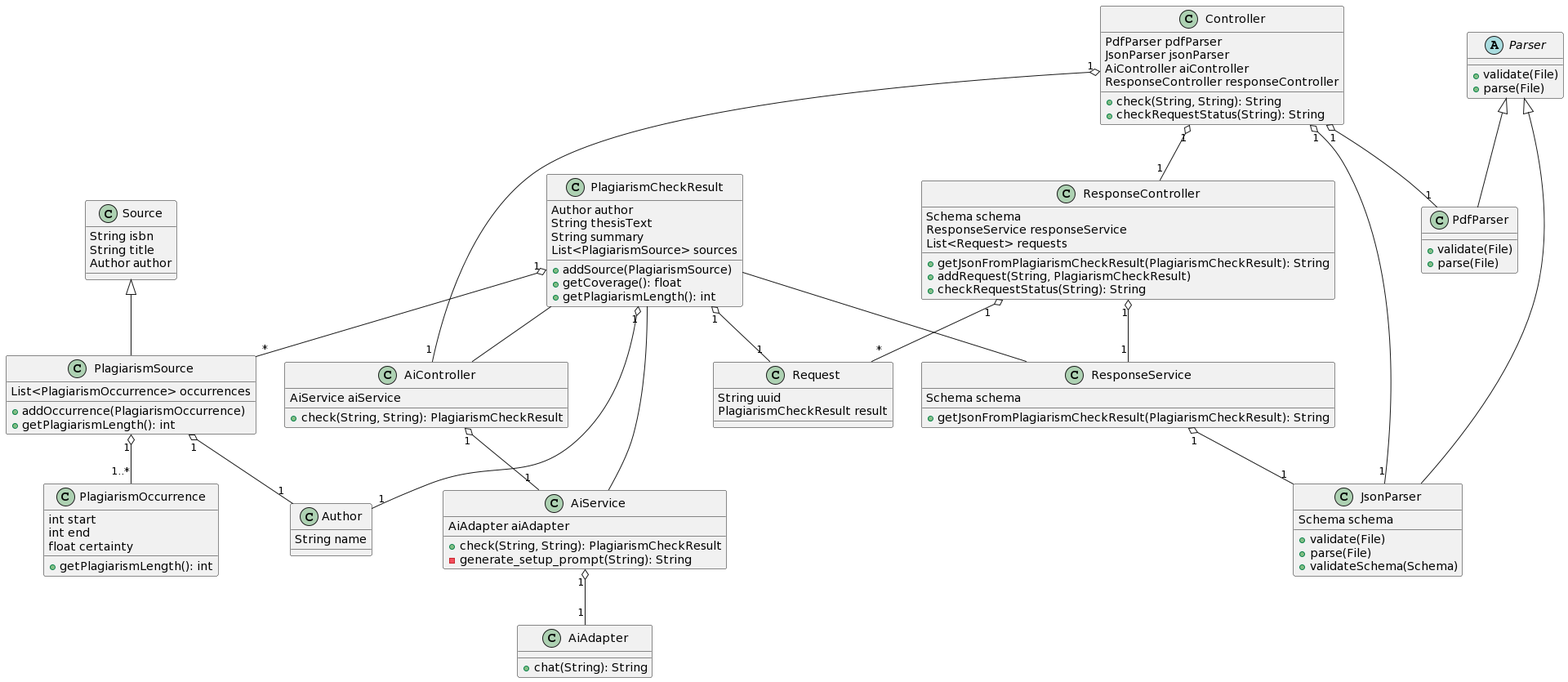
This is images/diagrams/Klassendiagramm_HTTP_202.png from DHBW-FN/ti21-sweng2, a PlantUML export, as it was before one commit. The source it was exported from:
```plantuml
@startuml
class PlagiarismCheckResult {
    Author author
    String thesisText
    String summary
    List<PlagiarismSource> sources
    +addSource(PlagiarismSource)
    +getCoverage(): float
    +getPlagiarismLength(): int
}

class PlagiarismSource extends Source {
    List<PlagiarismOccurrence> occurrences
    +addOccurrence(PlagiarismOccurrence)
    +getPlagiarismLength(): int
}

class PlagiarismOccurrence {
    int start
    int end
    float certainty
    +getPlagiarismLength(): int
}

class Author {
    String name
}

class Source {
    String isbn
    String title
    Author author
}

abstract class Parser {
    +validate(File)
    +parse(File)
}

class PdfParser extends Parser {
    +validate(File)
    +parse(File)
}

class JsonParser extends Parser {
    Schema schema
    +validate(File)
    +parse(File)
    +validateSchema(Schema)
}

class Controller {
    PdfParser pdfParser
    JsonParser jsonParser
    AiController aiController
    ResponseController responseController
    +check(String, String): String
    +checkRequestStatus(String): String
}

class AiController {
    AiService aiService
    +check(String, String): PlagiarismCheckResult
}

class AiService {
    AiAdapter aiAdapter
    +check(String, String): PlagiarismCheckResult
    -generate_setup_prompt(String): String
}

class AiAdapter {
    +chat(String): String
}

class ResponseController {
    Schema schema
    ResponseService responseService
    List<Request> requests
    +getJsonFromPlagiarismCheckResult(PlagiarismCheckResult): String
    +addRequest(String, PlagiarismCheckResult)
    +checkRequestStatus(String): String
}

class ResponseService {
    Schema schema
    +getJsonFromPlagiarismCheckResult(PlagiarismCheckResult): String
}

class Request {
    String uuid
    PlagiarismCheckResult result
}

Controller "1" o-- "1" PdfParser
Controller "1" o-- "1" JsonParser
Controller "1" o-- "1" AiController
AiController "1" o-- "1" AiService
AiService "1" o-- "1" AiAdapter
Controller "1" o-- "1" ResponseController
ResponseController "1" o-- "1" ResponseService
ResponseController "1" o-- "*" Request
ResponseService "1" o-- "1" JsonParser

PlagiarismCheckResult -- AiController
PlagiarismCheckResult -- AiService
PlagiarismCheckResult -- ResponseService

PlagiarismCheckResult "1" o-- "*" PlagiarismSource
PlagiarismCheckResult "1" o-- "1" Author
PlagiarismSource "1" o-- "1..*" PlagiarismOccurrence
PlagiarismSource "1" o-- "1" Author
PlagiarismCheckResult "1" o-- "1" Request
@enduml
```
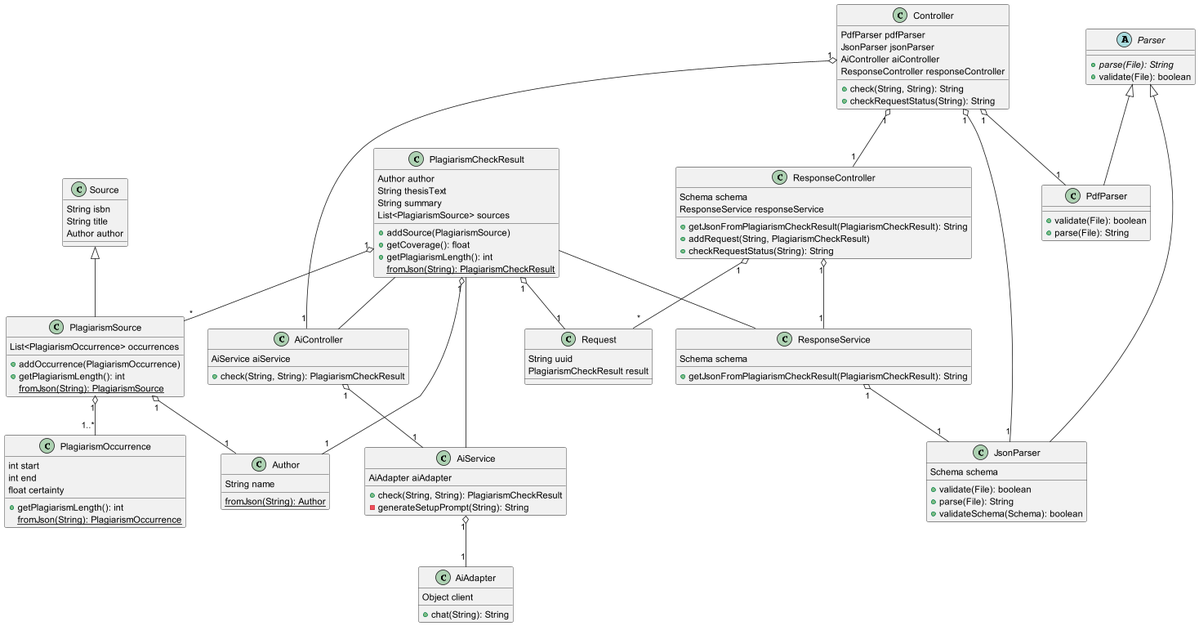
After the commit.

What changed in the source:
```diff
@@ -1,4 +1,4 @@
-@startuml
+@startuml Klassendiagramm_HTTP_202
 class PlagiarismCheckResult {
     Author author
     String thesisText
@@ -7,12 +7,14 @@
     +addSource(PlagiarismSource)
     +getCoverage(): float
     +getPlagiarismLength(): int
+    {static} fromJson(String): PlagiarismCheckResult
 }
 
 class PlagiarismSource extends Source {
     List<PlagiarismOccurrence> occurrences
     +addOccurrence(PlagiarismOccurrence)
     +getPlagiarismLength(): int
+    {static} fromJson(String): PlagiarismSource
 }
 
 class PlagiarismOccurrence {
@@ -20,10 +22,12 @@
     int end
     float certainty
     +getPlagiarismLength(): int
+    {static} fromJson(String): PlagiarismOccurrence
 }
 
 class Author {
     String name
+    {static} fromJson(String): Author
 }
 
 class Source {
@@ -33,20 +37,20 @@
 }
 
 abstract class Parser {
-    +validate(File)
-    +parse(File)
+    {abstract} +parse(File): String
+    +validate(File): boolean
 }
 
 class PdfParser extends Parser {
-    +validate(File)
-    +parse(File)
+    +validate(File): boolean
+    +parse(File): String
 }
 
 class JsonParser extends Parser {
     Schema schema
-    +validate(File)
-    +parse(File)
-    +validateSchema(Schema)
+    +validate(File): boolean
+    +parse(File): String
+    +validateSchema(Schema): boolean
 }
 
 class Controller {
@@ -66,17 +70,17 @@
 class AiService {
     AiAdapter aiAdapter
     +check(String, String): PlagiarismCheckResult
-    -generate_setup_prompt(String): String
+    -generateSetupPrompt(String): String
 }
 
 class AiAdapter {
+    Object client
     +chat(String): String
 }
 
 class ResponseController {
     Schema schema
     ResponseService responseService
-    List<Request> requests
     +getJsonFromPlagiarismCheckResult(PlagiarismCheckResult): String
     +addRequest(String, PlagiarismCheckResult)
     +checkRequestStatus(String): String
```
